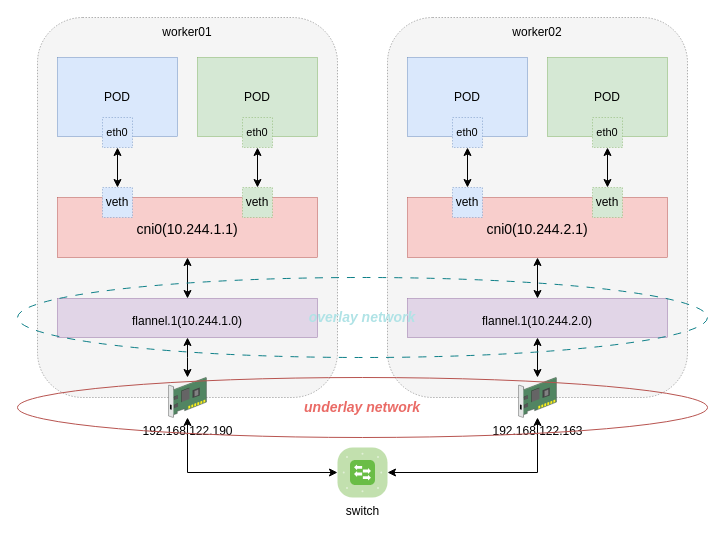
qinxinliang/diagrams keeps this draw.io diagram as pod_topo.drawio. Above is the earlier version. Source tidied: cells renumbered, new cells numbered last; positions are measured from the earlier drawing's top-left corner, leaving out a move shared by most shapes. Both pictures are drawn from the tidied source at 100%, with x=0, y=0 at pixel (17, 17).
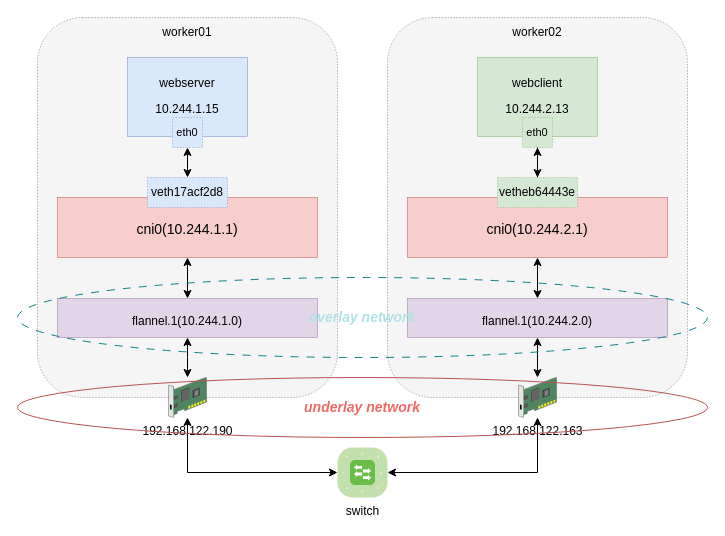
After the change.

Unchanged cells that the change refers to:
```xml
<mxCell id="18" value="&lt;div&gt;&lt;br&gt;&lt;/div&gt;&lt;div&gt;cni0(10.244.2.1)&lt;/div&gt;" style="whiteSpace=wrap;html=1;fillColor=#f8cecc;fontSize=14;strokeColor=#b85450;verticalAlign=top;strokeWidth=0.5;" parent="1" vertex="1">
  <mxGeometry x="390" y="180" width="260" height="60" as="geometry" />
</mxCell>
```

Diff of the diagram source:
```diff
@@
-    <mxCell id="3" value="POD" style="rounded=0;whiteSpace=wrap;html=1;strokeWidth=0.5;fillColor=#dae8fc;strokeColor=#6c8ebf;" parent="1" vertex="1">
-      <mxGeometry x="40" y="40" width="120" height="79" as="geometry" />
+    <mxCell id="3" value="&lt;div&gt;webserver&lt;/div&gt;&lt;div&gt;&lt;br&gt;&lt;/div&gt;&lt;div&gt;&lt;br&gt;&lt;/div&gt;" style="rounded=0;whiteSpace=wrap;html=1;strokeWidth=0.5;fillColor=#dae8fc;strokeColor=#6c8ebf;" parent="1" vertex="1">
+      <mxGeometry x="110" y="40" width="120" height="79" as="geometry" />
     </mxCell>
@@
-    <mxCell id="7" value="POD" style="rounded=0;whiteSpace=wrap;html=1;strokeWidth=0.5;fillColor=#d5e8d4;strokeColor=#82b366;" parent="1" vertex="1">
-      <mxGeometry x="180" y="40" width="120" height="79" as="geometry" />
-    </mxCell>
     <mxCell id="8" value="&lt;font style=&quot;font-size: 11px;&quot;&gt;eth0&lt;/font&gt;" style="rounded=0;whiteSpace=wrap;html=1;strokeWidth=0.5;fillColor=#dae8fc;strokeColor=#6c8ebf;dashed=1;" parent="1" vertex="1">
-      <mxGeometry x="85" y="100" width="30" height="30" as="geometry" />
+      <mxGeometry x="155" y="100" width="30" height="30" as="geometry" />
     </mxCell>
-    <mxCell id="9" value="veth" style="rounded=0;whiteSpace=wrap;html=1;strokeWidth=0.5;fillColor=#dae8fc;strokeColor=#6c8ebf;dashed=1;" parent="1" vertex="1">
-      <mxGeometry x="85" y="170" width="30" height="30" as="geometry" />
+    <mxCell id="9" value="veth17acf2d8" style="rounded=0;whiteSpace=wrap;html=1;strokeWidth=0.5;fillColor=#dae8fc;strokeColor=#6c8ebf;dashed=1;" parent="1" vertex="1">
+      <mxGeometry x="130" y="160" width="80" height="30" as="geometry" />
     </mxCell>
@@
-    <mxCell id="11" value="&lt;font style=&quot;font-size: 11px;&quot;&gt;eth0&lt;/font&gt;" style="rounded=0;whiteSpace=wrap;html=1;strokeWidth=0.5;fillColor=#d5e8d4;strokeColor=#82b366;dashed=1;" parent="1" vertex="1">
-      <mxGeometry x="225" y="100" width="30" height="30" as="geometry" />
-    </mxCell>
-    <mxCell id="12" value="veth" style="rounded=0;whiteSpace=wrap;html=1;strokeWidth=0.5;fillColor=#d5e8d4;strokeColor=#82b366;dashed=1;" parent="1" vertex="1">
-      <mxGeometry x="225" y="170" width="30" height="30" as="geometry" />
-    </mxCell>
-    <mxCell id="13" style="endArrow=classic;startArrow=classic;html=1;rounded=0;entryX=0.5;entryY=1;entryDx=0;entryDy=0;exitX=0.5;exitY=0;exitDx=0;exitDy=0;" parent="1" edge="1" source="12" target="11">
-      <mxGeometry relative="1" as="geometry" />
-    </mxCell>
@@
-    <mxCell id="17" value="POD" style="rounded=0;whiteSpace=wrap;html=1;strokeWidth=0.5;fillColor=#dae8fc;strokeColor=#6c8ebf;" parent="1" vertex="1">
-      <mxGeometry x="390" y="40" width="120" height="79" as="geometry" />
-    </mxCell>
+    <mxCell id="39" style="edgeStyle=orthogonalEdgeStyle;rounded=0;jettySize=auto;html=1;" parent="1" edge="1" source="18" target="41">
+      <mxGeometry relative="1" as="geometry" />
+    </mxCell>
@@
-    <mxCell id="21" value="POD" style="rounded=0;whiteSpace=wrap;html=1;strokeWidth=0.5;fillColor=#d5e8d4;strokeColor=#82b366;" parent="1" vertex="1">
-      <mxGeometry x="530" y="40" width="120" height="79" as="geometry" />
+    <mxCell id="21" value="&lt;div&gt;webclient&lt;/div&gt;&lt;div&gt;&lt;br&gt;&lt;/div&gt;&lt;div&gt;&lt;br&gt;&lt;/div&gt;" style="rounded=0;whiteSpace=wrap;html=1;strokeWidth=0.5;fillColor=#d5e8d4;strokeColor=#82b366;" parent="1" vertex="1">
+      <mxGeometry x="460" y="40" width="120" height="79" as="geometry" />
     </mxCell>
-    <mxCell id="22" value="&lt;font style=&quot;font-size: 11px;&quot;&gt;eth0&lt;/font&gt;" style="rounded=0;whiteSpace=wrap;html=1;strokeWidth=0.5;fillColor=#dae8fc;strokeColor=#6c8ebf;dashed=1;" parent="1" vertex="1">
-      <mxGeometry x="435" y="100" width="30" height="30" as="geometry" />
-    </mxCell>
-    <mxCell id="23" value="veth" style="rounded=0;whiteSpace=wrap;html=1;strokeWidth=0.5;fillColor=#dae8fc;strokeColor=#6c8ebf;dashed=1;" parent="1" vertex="1">
-      <mxGeometry x="435" y="170" width="30" height="30" as="geometry" />
-    </mxCell>
-    <mxCell id="24" style="endArrow=classic;startArrow=classic;html=1;rounded=0;entryX=0.5;entryY=1;entryDx=0;entryDy=0;exitX=0.5;exitY=0;exitDx=0;exitDy=0;" parent="1" edge="1" source="23" target="22">
-      <mxGeometry relative="1" as="geometry" />
-    </mxCell>
     <mxCell id="25" value="&lt;font style=&quot;font-size: 11px;&quot;&gt;eth0&lt;/font&gt;" style="rounded=0;whiteSpace=wrap;html=1;strokeWidth=0.5;fillColor=#d5e8d4;strokeColor=#82b366;dashed=1;" parent="1" vertex="1">
-      <mxGeometry x="575" y="100" width="30" height="30" as="geometry" />
+      <mxGeometry x="505" y="100" width="30" height="30" as="geometry" />
     </mxCell>
-    <mxCell id="26" value="veth" style="rounded=0;whiteSpace=wrap;html=1;strokeWidth=0.5;fillColor=#d5e8d4;strokeColor=#82b366;dashed=1;" parent="1" vertex="1">
-      <mxGeometry x="575" y="170" width="30" height="30" as="geometry" />
+    <mxCell id="26" value="vetheb64443e" style="rounded=0;whiteSpace=wrap;html=1;strokeWidth=0.5;fillColor=#d5e8d4;strokeColor=#82b366;dashed=1;" parent="1" vertex="1">
+      <mxGeometry x="480" y="160" width="80" height="30" as="geometry" />
     </mxCell>
@@
+    <mxCell id="40" value="10.244.1.15" style="text;html=1;strokeColor=none;fillColor=none;align=center;verticalAlign=middle;whiteSpace=wrap;rounded=0;" parent="1" vertex="1">
+      <mxGeometry x="140" y="83" width="60" height="17" as="geometry" />
+    </mxCell>
+    <mxCell id="41" value="10.244.2.13" style="text;html=1;strokeColor=none;fillColor=none;align=center;verticalAlign=middle;whiteSpace=wrap;rounded=0;" parent="1" vertex="1">
+      <mxGeometry x="490" y="83" width="60" height="17" as="geometry" />
+    </mxCell>
```
